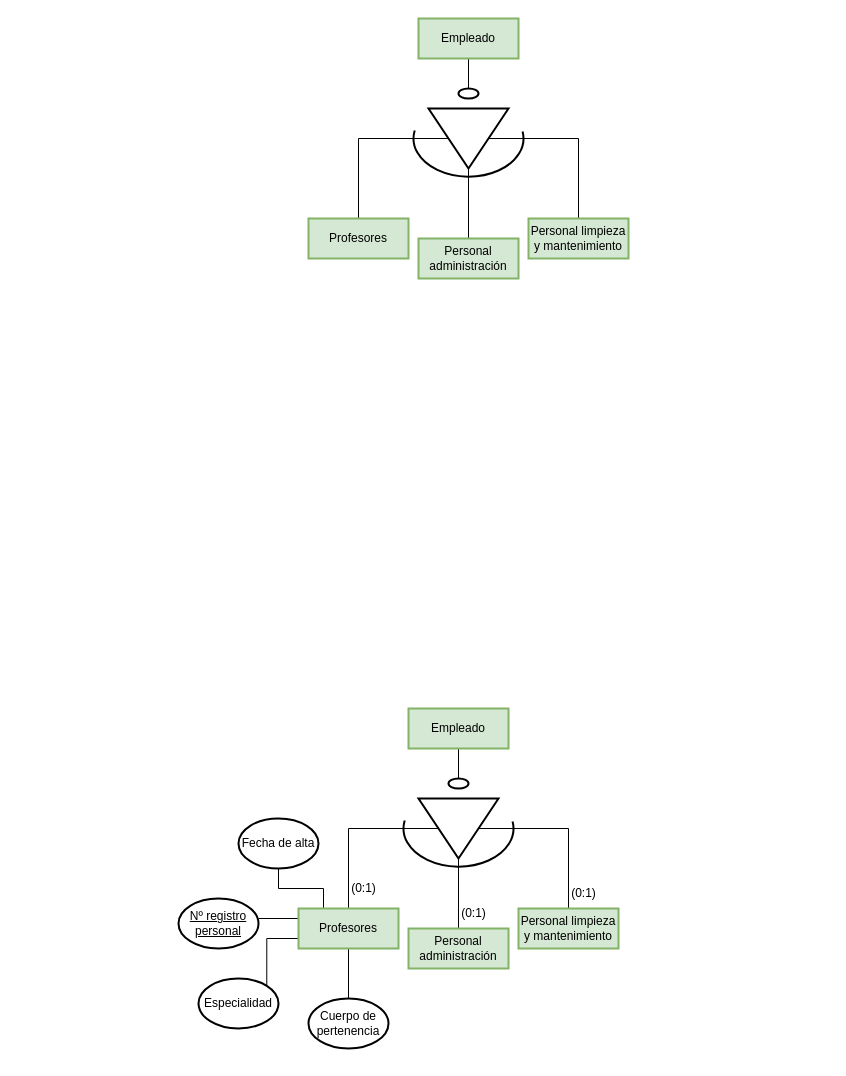
The draw.io diagram Sistema Empresa Tecnológica.drawio in Carball04/Trabajos-E-R, before the edit. Source tidied: cells renumbered, new cells numbered last; positions are measured from the earlier drawing's top-left corner, leaving out a move shared by most shapes. Both pictures are drawn from the tidied source at 100%, with x=0, y=0 at pixel (178, 18).
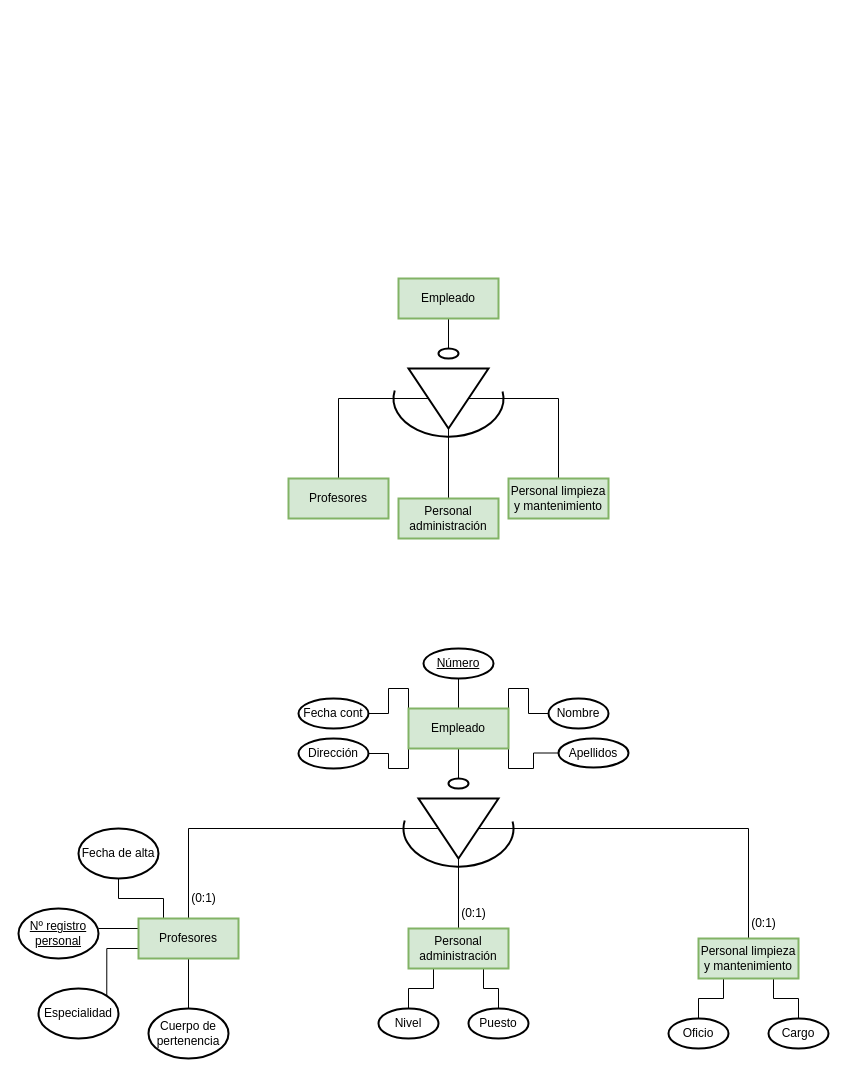
Above is the later version.

The change refers to these unchanged cells:
```xml
<mxCell id="17" value="Empleado" style="whiteSpace=wrap;html=1;align=center;fillColor=#d5e8d4;strokeColor=#82b366;strokeWidth=2;" parent="1" vertex="1">
  <mxGeometry x="230" y="690" width="100" height="40" as="geometry" />
</mxCell>
<mxCell id="27" value="Personal administración" style="whiteSpace=wrap;html=1;align=center;fillColor=#d5e8d4;strokeColor=#82b366;strokeWidth=2;" parent="1" vertex="1">
  <mxGeometry x="230" y="910" width="100" height="40" as="geometry" />
</mxCell>
```

Change to the diagram source:
```diff
@@
     <mxCell id="2" value="&lt;u&gt;Nº registro personal&lt;/u&gt;" style="ellipse;whiteSpace=wrap;html=1;align=center;strokeWidth=2;" parent="1" vertex="1">
-      <mxGeometry y="880" width="80" height="50" as="geometry" />
+      <mxGeometry x="-160" y="890" width="80" height="50" as="geometry" />
     </mxCell>
     <mxCell id="3" style="edgeStyle=orthogonalEdgeStyle;rounded=0;jettySize=auto;html=1;exitX=0.5;exitY=1;exitDx=0;exitDy=0;endArrow=none;endFill=0;startArrow=none;" parent="1" edge="1" source="13">
       <mxGeometry relative="1" as="geometry">
-        <mxPoint x="290" y="80" as="targetPoint" />
+        <mxPoint x="270" y="340" as="targetPoint" />
       </mxGeometry>
     </mxCell>
@@
     <mxCell id="5" value="Empleado" style="whiteSpace=wrap;html=1;align=center;fillColor=#d5e8d4;strokeColor=#82b366;strokeWidth=2;" parent="1" vertex="1">
-      <mxGeometry x="240" width="100" height="40" as="geometry" />
+      <mxGeometry x="220" y="260" width="100" height="40" as="geometry" />
     </mxCell>
@@
     <mxCell id="9" style="triangle;whiteSpace=wrap;html=1;strokeWidth=2;rotation=90;" parent="1" vertex="1">
-      <mxGeometry x="260" y="80" width="60" height="80" as="geometry" />
+      <mxGeometry x="240" y="340" width="60" height="80" as="geometry" />
     </mxCell>
     <mxCell id="10" value="Profesores" style="whiteSpace=wrap;html=1;align=center;fillColor=#d5e8d4;strokeColor=#82b366;strokeWidth=2;" parent="1" vertex="1">
-      <mxGeometry x="130" y="200" width="100" height="40" as="geometry" />
+      <mxGeometry x="110" y="460" width="100" height="40" as="geometry" />
     </mxCell>
     <mxCell id="11" value="Personal administración" style="whiteSpace=wrap;html=1;align=center;fillColor=#d5e8d4;strokeColor=#82b366;strokeWidth=2;" parent="1" vertex="1">
-      <mxGeometry x="240" y="220" width="100" height="40" as="geometry" />
+      <mxGeometry x="220" y="480" width="100" height="40" as="geometry" />
     </mxCell>
     <mxCell id="12" value="Personal limpieza y mantenimiento" style="whiteSpace=wrap;html=1;align=center;fillColor=#d5e8d4;strokeColor=#82b366;strokeWidth=2;" parent="1" vertex="1">
-      <mxGeometry x="350" y="200" width="100" height="40" as="geometry" />
+      <mxGeometry x="330" y="460" width="100" height="40" as="geometry" />
     </mxCell>
     <mxCell id="13" style="ellipse;whiteSpace=wrap;html=1;strokeWidth=2;" parent="1" vertex="1">
-      <mxGeometry x="280" y="70" width="20" height="10" as="geometry" />
+      <mxGeometry x="260" y="330" width="20" height="10" as="geometry" />
     </mxCell>
     <mxCell id="14" style="verticalLabelPosition=bottom;verticalAlign=top;html=1;shape=mxgraph.basic.arc;startAngle=0.4705009575662357;endAngle=0.03359654743614473;strokeWidth=2;rotation=-90;" parent="1" vertex="1">
-      <mxGeometry x="251.8" y="65" width="76.4" height="110" as="geometry" />
+      <mxGeometry x="231.8" y="325" width="76.4" height="110" as="geometry" />
     </mxCell>
@@
+    <mxCell id="37" style="edgeStyle=orthogonalEdgeStyle;rounded=0;jettySize=auto;html=1;exitX=0;exitY=1;exitDx=0;exitDy=0;entryX=1;entryY=0.5;entryDx=0;entryDy=0;endArrow=none;endFill=0;" parent="1" edge="1" source="17" target="52">
+      <mxGeometry relative="1" as="geometry" />
+    </mxCell>
+    <mxCell id="38" style="edgeStyle=orthogonalEdgeStyle;rounded=0;jettySize=auto;html=1;exitX=0;exitY=0;exitDx=0;exitDy=0;entryX=1;entryY=0.5;entryDx=0;entryDy=0;endArrow=none;endFill=0;" parent="1" edge="1" source="17" target="51">
+      <mxGeometry relative="1" as="geometry" />
+    </mxCell>
+    <mxCell id="39" style="edgeStyle=orthogonalEdgeStyle;rounded=0;jettySize=auto;html=1;exitX=1;exitY=0;exitDx=0;exitDy=0;entryX=0;entryY=0.5;entryDx=0;entryDy=0;endArrow=none;endFill=0;" parent="1" edge="1" source="17" target="53">
+      <mxGeometry relative="1" as="geometry" />
+    </mxCell>
+    <mxCell id="40" style="edgeStyle=orthogonalEdgeStyle;rounded=0;jettySize=auto;html=1;exitX=1;exitY=1;exitDx=0;exitDy=0;entryX=0;entryY=0.5;entryDx=0;entryDy=0;endArrow=none;endFill=0;" parent="1" edge="1" source="17" target="54">
+      <mxGeometry relative="1" as="geometry" />
+    </mxCell>
+    <mxCell id="41" style="edgeStyle=orthogonalEdgeStyle;rounded=0;jettySize=auto;html=1;exitX=0.5;exitY=0;exitDx=0;exitDy=0;entryX=0.5;entryY=1;entryDx=0;entryDy=0;endArrow=none;endFill=0;" parent="1" edge="1" source="17" target="50">
+      <mxGeometry relative="1" as="geometry" />
+    </mxCell>
@@
     <mxCell id="26" value="Profesores" style="whiteSpace=wrap;html=1;align=center;fillColor=#d5e8d4;strokeColor=#82b366;strokeWidth=2;" parent="1" vertex="1">
-      <mxGeometry x="120" y="890" width="100" height="40" as="geometry" />
+      <mxGeometry x="-40" y="900" width="100" height="40" as="geometry" />
     </mxCell>
+    <mxCell id="42" style="edgeStyle=orthogonalEdgeStyle;rounded=0;jettySize=auto;html=1;exitX=0.75;exitY=1;exitDx=0;exitDy=0;entryX=0.5;entryY=0;entryDx=0;entryDy=0;endArrow=none;endFill=0;" parent="1" edge="1" source="27" target="48">
+      <mxGeometry relative="1" as="geometry" />
+    </mxCell>
+    <mxCell id="43" style="edgeStyle=orthogonalEdgeStyle;rounded=0;jettySize=auto;html=1;exitX=0.25;exitY=1;exitDx=0;exitDy=0;entryX=0.5;entryY=0;entryDx=0;entryDy=0;endArrow=none;endFill=0;" parent="1" edge="1" source="27" target="46">
+      <mxGeometry relative="1" as="geometry" />
+    </mxCell>
@@
+    <mxCell id="44" style="edgeStyle=orthogonalEdgeStyle;rounded=0;jettySize=auto;html=1;exitX=0.75;exitY=1;exitDx=0;exitDy=0;entryX=0.5;entryY=0;entryDx=0;entryDy=0;endArrow=none;endFill=0;" parent="1" edge="1" source="28" target="49">
+      <mxGeometry relative="1" as="geometry" />
+    </mxCell>
+    <mxCell id="45" style="edgeStyle=orthogonalEdgeStyle;rounded=0;jettySize=auto;html=1;exitX=0.25;exitY=1;exitDx=0;exitDy=0;entryX=0.5;entryY=0;entryDx=0;entryDy=0;endArrow=none;endFill=0;" parent="1" edge="1" source="28" target="47">
+      <mxGeometry relative="1" as="geometry" />
+    </mxCell>
     <mxCell id="28" value="Personal limpieza y mantenimiento" style="whiteSpace=wrap;html=1;align=center;fillColor=#d5e8d4;strokeColor=#82b366;strokeWidth=2;" parent="1" vertex="1">
-      <mxGeometry x="340" y="890" width="100" height="40" as="geometry" />
+      <mxGeometry x="520" y="920" width="100" height="40" as="geometry" />
     </mxCell>
@@
     <mxCell id="31" value="Especialidad" style="ellipse;whiteSpace=wrap;html=1;align=center;strokeWidth=2;" parent="1" vertex="1">
-      <mxGeometry x="20" y="960" width="80" height="50" as="geometry" />
+      <mxGeometry x="-140" y="970" width="80" height="50" as="geometry" />
     </mxCell>
     <mxCell id="32" value="Cuerpo de pertenencia" style="ellipse;whiteSpace=wrap;html=1;align=center;strokeWidth=2;" parent="1" vertex="1">
-      <mxGeometry x="130" y="980" width="80" height="50" as="geometry" />
+      <mxGeometry x="-30" y="990" width="80" height="50" as="geometry" />
     </mxCell>
     <mxCell id="33" value="Fecha de alta" style="ellipse;whiteSpace=wrap;html=1;align=center;strokeWidth=2;" parent="1" vertex="1">
-      <mxGeometry x="60" y="800" width="80" height="50" as="geometry" />
+      <mxGeometry x="-100" y="810" width="80" height="50" as="geometry" />
     </mxCell>
     <mxCell id="34" value="(0:1)" style="text;html=1;align=center;verticalAlign=middle;strokeColor=none;fillColor=none;" parent="1" vertex="1">
-      <mxGeometry x="160" y="855" width="50" height="30" as="geometry" />
+      <mxGeometry y="865" width="50" height="30" as="geometry" />
     </mxCell>
@@
     <mxCell id="36" value="(0:1)" style="text;html=1;align=center;verticalAlign=middle;strokeColor=none;fillColor=none;" parent="1" vertex="1">
-      <mxGeometry x="380" y="860" width="50" height="30" as="geometry" />
+      <mxGeometry x="560" y="890" width="50" height="30" as="geometry" />
     </mxCell>
+    <mxCell id="46" value="Nivel" style="ellipse;whiteSpace=wrap;html=1;align=center;strokeWidth=2;" parent="1" vertex="1">
+      <mxGeometry x="200" y="990" width="60" height="30" as="geometry" />
+    </mxCell>
+    <mxCell id="47" value="Oficio" style="ellipse;whiteSpace=wrap;html=1;align=center;strokeWidth=2;" parent="1" vertex="1">
+      <mxGeometry x="490" y="1000" width="60" height="30" as="geometry" />
+    </mxCell>
+    <mxCell id="48" value="Puesto" style="ellipse;whiteSpace=wrap;html=1;align=center;strokeWidth=2;" parent="1" vertex="1">
+      <mxGeometry x="290" y="990" width="60" height="30" as="geometry" />
+    </mxCell>
+    <mxCell id="49" value="Cargo" style="ellipse;whiteSpace=wrap;html=1;align=center;strokeWidth=2;" parent="1" vertex="1">
+      <mxGeometry x="590" y="1000" width="60" height="30" as="geometry" />
+    </mxCell>
+    <mxCell id="50" value="Número" style="ellipse;whiteSpace=wrap;html=1;align=center;strokeWidth=2;fontStyle=4;" parent="1" vertex="1">
+      <mxGeometry x="245" y="630" width="70" height="30" as="geometry" />
+    </mxCell>
+    <mxCell id="51" value="Fecha cont" style="ellipse;whiteSpace=wrap;html=1;align=center;strokeWidth=2;" parent="1" vertex="1">
+      <mxGeometry x="120" y="680" width="70" height="30" as="geometry" />
+    </mxCell>
+    <mxCell id="52" value="Dirección" style="ellipse;whiteSpace=wrap;html=1;align=center;strokeWidth=2;" parent="1" vertex="1">
+      <mxGeometry x="120" y="720" width="70" height="30" as="geometry" />
+    </mxCell>
+    <mxCell id="53" value="Nombre" style="ellipse;whiteSpace=wrap;html=1;align=center;strokeWidth=2;" parent="1" vertex="1">
+      <mxGeometry x="370" y="680" width="60" height="30" as="geometry" />
+    </mxCell>
+    <mxCell id="54" value="Apellidos" style="ellipse;whiteSpace=wrap;html=1;align=center;strokeWidth=2;" parent="1" vertex="1">
+      <mxGeometry x="380" y="720" width="70" height="29" as="geometry" />
+    </mxCell>
```
